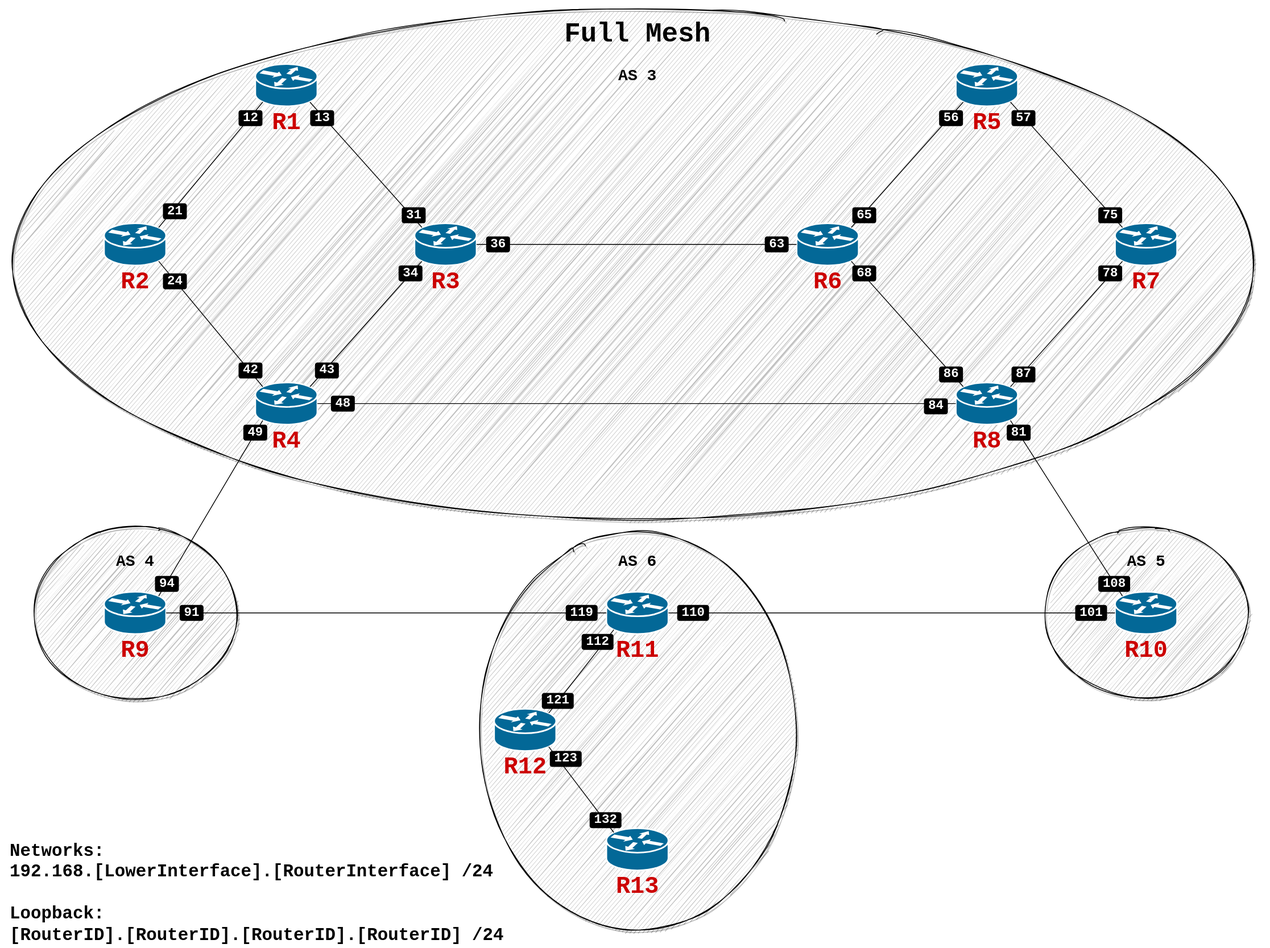
kkurczab/BGP-Route-Reflectors-and-Confederations-Kathara keeps this draw.io diagram as Full Mesh.svg. Above is the earlier version. Source tidied: cells renumbered, new cells last; positions are measured from the earlier drawing's top-left corner, leaving out a move shared by most shapes.
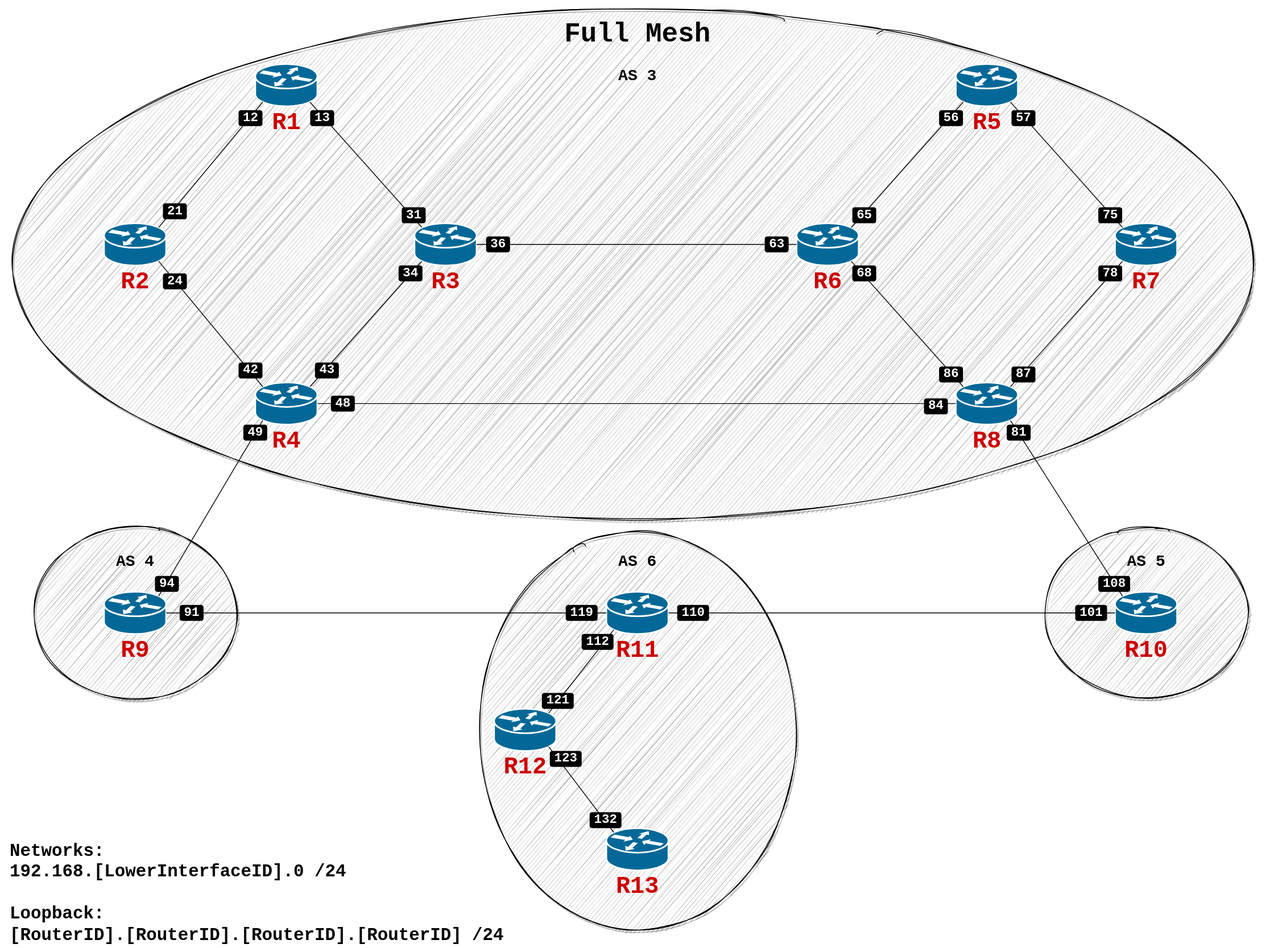
Later version of the same file.

Diff of the diagram source:
```diff
@@ -104,7 +104,7 @@
     <mxCell id="35" style="endArrow=none;html=1;fontSize=34;strokeColor=default;entryX=1;entryY=0.5;entryDx=0;entryDy=0;entryPerimeter=0;exitX=0;exitY=0.5;exitDx=0;exitDy=0;exitPerimeter=0;fontStyle=1;fontFamily=Courier New;" parent="1" edge="1" source="12" target="13">
       <mxGeometry relative="1" as="geometry" />
     </mxCell>
-    <mxCell id="36" value="&lt;p style=&quot;margin: 0px; text-indent: 0px; font-size: 22px;&quot;&gt;Networks:&lt;/p&gt;&lt;p style=&quot;margin: 0px; text-indent: 0px; font-size: 22px;&quot;&gt;&lt;span style=&quot;font-size: 22px;&quot;&gt;192.168.[LowerInterface].[RouterInterface] /24&lt;/span&gt;&lt;/p&gt;&lt;p style=&quot;margin: 0px; text-indent: 0px; font-size: 22px;&quot;&gt;&lt;br style=&quot;font-size: 22px;&quot;&gt;Loopback:&lt;/p&gt;&lt;p style=&quot;margin: 0px; text-indent: 0px; font-size: 22px;&quot;&gt;[RouterID].[RouterID].[RouterID].[RouterID] /24&lt;/p&gt;" style="text;whiteSpace=wrap;html=1;fontSize=22;fontFamily=Courier New;fontStyle=1;" parent="1" vertex="1">
+    <mxCell id="36" value="&lt;p style=&quot;margin: 0px ; text-indent: 0px ; font-size: 22px&quot;&gt;Networks:&lt;/p&gt;&lt;p style=&quot;margin: 0px ; text-indent: 0px ; font-size: 22px&quot;&gt;&lt;span style=&quot;font-size: 22px&quot;&gt;192.168.[LowerInterfaceID].0 /24&lt;/span&gt;&lt;/p&gt;&lt;p style=&quot;margin: 0px ; text-indent: 0px ; font-size: 22px&quot;&gt;&lt;br style=&quot;font-size: 22px&quot;&gt;Loopback:&lt;/p&gt;&lt;p style=&quot;margin: 0px ; text-indent: 0px ; font-size: 22px&quot;&gt;[RouterID].[RouterID].[RouterID].[RouterID] /24&lt;/p&gt;" style="text;whiteSpace=wrap;html=1;fontSize=22;fontFamily=Courier New;fontStyle=1;" parent="1" vertex="1">
       <mxGeometry x="10" y="1050" width="646" height="140" as="geometry" />
     </mxCell>
     <mxCell id="37" value="AS 3" style="text;html=1;align=center;verticalAlign=middle;strokeColor=none;fillColor=none;fontSize=20;fontFamily=Courier New;fontStyle=1;" parent="1" vertex="1">
```
